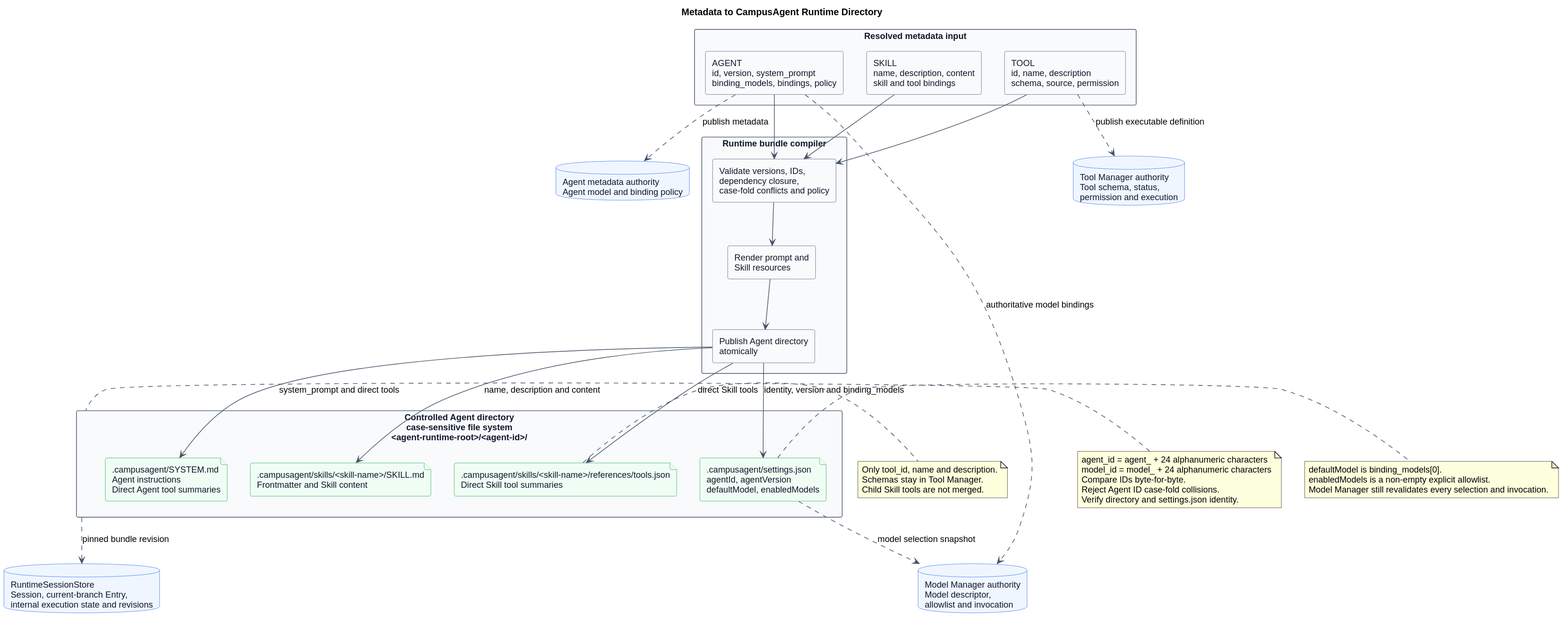
Above: pi-mono-java-manager-driven-multi-agent-runtime/metadata_runtime_directory_mapping.svg in ssm0808/pi-mono-java-design (PlantUML), before the change. The source it was exported from:
```plantuml
@startuml
title Metadata to CampusAgent Runtime Directory


skinparam backgroundColor #FFFFFF
skinparam shadowing false
skinparam defaultFontName Arial
skinparam defaultFontSize 13
skinparam rectangle {
  BackgroundColor #F8FAFC
  BorderColor #475569
  FontColor #0F172A
}
skinparam database {
  BackgroundColor #EFF6FF
  BorderColor #2563EB
  FontColor #0F172A
}
skinparam file {
  BackgroundColor #F0FDF4
  BorderColor #16A34A
  FontColor #0F172A
}
skinparam ArrowColor #475569

rectangle "Resolved metadata input" as Input {
  rectangle "AGENT\nid, version, system_prompt\nbinding_models, bindings, policy" as AgentMetadata
  rectangle "SKILL\nname, description, content\nskill and tool bindings" as SkillMetadata
  rectangle "TOOL\nid, name, description\nschema, source, permission" as ToolMetadata
}

rectangle "Runtime bundle compiler" as Compiler {
  rectangle "Validate versions, IDs,\ndependency closure,\ncase-fold conflicts and policy" as Validate
  rectangle "Render prompt and\nSkill resources" as Render
  rectangle "Publish Agent directory\natomically" as Publish
}

rectangle "Controlled Agent directory\ncase-sensitive file system\n<agent-runtime-root>/<agent-id>/" as AgentDirectory {
  file ".campusagent/settings.json\nagentId, agentVersion\ndefaultModel, enabledModels" as SettingsFile
  file ".campusagent/SYSTEM.md\nAgent instructions\nDirect Agent tool summaries" as SystemFile
  file ".campusagent/skills/<skill-name>/SKILL.md\nFrontmatter and Skill content" as SkillFile
  file ".campusagent/skills/<skill-name>/references/tools.json\nDirect Skill tool summaries" as SkillToolsFile
}

database "Agent metadata authority\nAgent model and binding policy" as AgentAuthority
database "Tool Manager authority\nTool schema, status,\npermission and execution" as ToolManager
database "Model Manager authority\nModel descriptor,\nallowlist and invocation" as ModelManager
database "RuntimeSessionStore\nSession, current-branch Entry,\ninternal execution state and revisions" as SessionStore

AgentMetadata --> Validate
SkillMetadata --> Validate
ToolMetadata --> Validate
Validate --> Render
Render --> Publish
Publish --> SettingsFile : identity, version and binding_models
Publish --> SystemFile : system_prompt and direct tools
Publish --> SkillFile : name, description and content
Publish --> SkillToolsFile : direct Skill tools

AgentMetadata ..> AgentAuthority : publish metadata
ToolMetadata ..> ToolManager : publish executable definition
SettingsFile ..> ModelManager : model selection snapshot
AgentMetadata ..> ModelManager : authoritative model bindings
AgentDirectory ..> SessionStore : pinned bundle revision

note right of SkillToolsFile
Only tool_id, name and description.
Schemas stay in Tool Manager.
Child Skill tools are not merged.
end note

note left of AgentDirectory
agent_id = agent_ + 24 alphanumeric characters
model_id = model_ + 24 alphanumeric characters
Compare IDs byte-for-byte.
Reject Agent ID case-fold collisions.
Verify directory and settings.json identity.
end note

note right of SettingsFile
defaultModel is binding_models[0].
enabledModels is a non-empty explicit allowlist.
Model Manager still revalidates every selection and invocation.
end note
@enduml
```
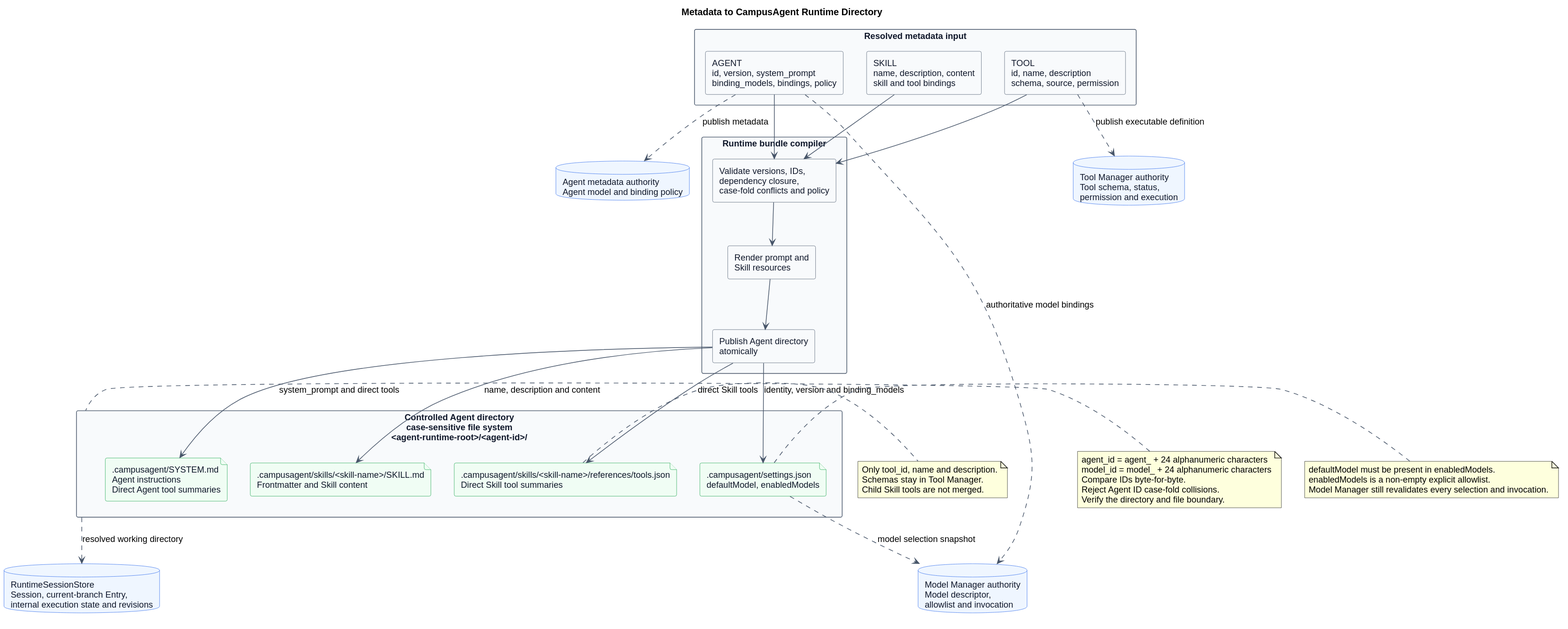
The same diagram one commit later.

What changed in the source:
```diff
@@ -36,7 +36,7 @@
 }
 
 rectangle "Controlled Agent directory\ncase-sensitive file system\n<agent-runtime-root>/<agent-id>/" as AgentDirectory {
-  file ".campusagent/settings.json\nagentId, agentVersion\ndefaultModel, enabledModels" as SettingsFile
+  file ".campusagent/settings.json\ndefaultModel, enabledModels" as SettingsFile
   file ".campusagent/SYSTEM.md\nAgent instructions\nDirect Agent tool summaries" as SystemFile
   file ".campusagent/skills/<skill-name>/SKILL.md\nFrontmatter and Skill content" as SkillFile
   file ".campusagent/skills/<skill-name>/references/tools.json\nDirect Skill tool summaries" as SkillToolsFile
@@ -61,7 +61,7 @@
 ToolMetadata ..> ToolManager : publish executable definition
 SettingsFile ..> ModelManager : model selection snapshot
 AgentMetadata ..> ModelManager : authoritative model bindings
-AgentDirectory ..> SessionStore : pinned bundle revision
+AgentDirectory ..> SessionStore : resolved working directory
 
 note right of SkillToolsFile
 Only tool_id, name and description.
@@ -74,11 +74,11 @@
 model_id = model_ + 24 alphanumeric characters
 Compare IDs byte-for-byte.
 Reject Agent ID case-fold collisions.
-Verify directory and settings.json identity.
+Verify the directory and file boundary.
 end note
 
 note right of SettingsFile
-defaultModel is binding_models[0].
+defaultModel must be present in enabledModels.
 enabledModels is a non-empty explicit allowlist.
 Model Manager still revalidates every selection and invocation.
 end note
```
